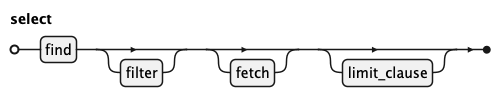
This is docs/kql/select.png from koryki-java/core, a PlantUML export, as it was before one commit.
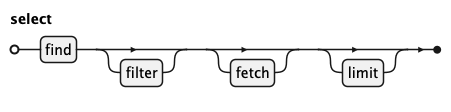
Above is the later version.

Change to the diagram source:
```diff
@@ -5,7 +5,7 @@
 
 'title select
 
-select = find, [filter], [fetch], [limit_clause]
+select = find, [filter], [fetch], [limit]
 ;
 
 @endebnf
```
